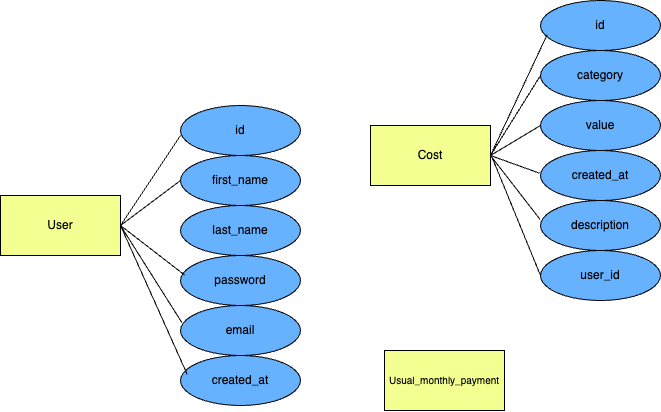
The draw.io diagram erD.drawio.png in ulanalimzhan/er, before a commit. Source tidied: cells renumbered, new cells last; positions are measured from the earlier drawing's top-left corner, leaving out a move shared by most shapes.
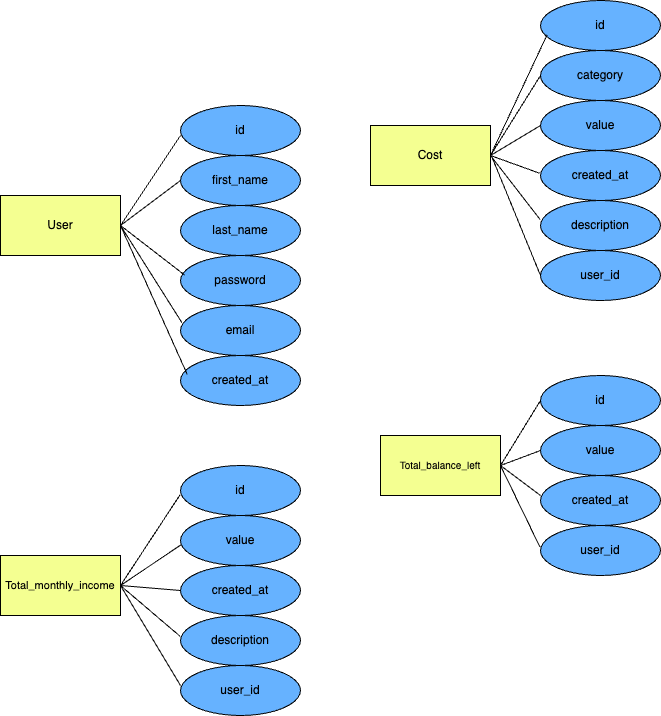
After the change.

Diff of the diagram source:
```diff
@@ -84,8 +84,71 @@
         <mxPoint x="490" y="153" as="sourcePoint" />
       </mxGeometry>
     </mxCell>
-    <mxCell id="28" value="&lt;font style=&quot;font-size: 10px;&quot;&gt;Usual_monthly_payment&lt;/font&gt;" style="rounded=0;whiteSpace=wrap;html=1;fillColor=light-dark(#F4FF91,var(--ge-dark-color, #121212));" parent="1" vertex="1">
-      <mxGeometry x="384" y="350" width="120" height="60" as="geometry" />
+    <mxCell id="28" value="&lt;font style=&quot;font-size: 10px;&quot;&gt;Total_balance_left&lt;/font&gt;" style="rounded=0;whiteSpace=wrap;html=1;fillColor=light-dark(#F4FF91,var(--ge-dark-color, #121212));" parent="1" vertex="1">
+      <mxGeometry x="380" y="435" width="120" height="60" as="geometry" />
     </mxCell>
+    <mxCell id="29" value="&lt;font style=&quot;font-size: 11px;&quot;&gt;Total_monthly_income&lt;/font&gt;" style="rounded=0;whiteSpace=wrap;html=1;fillColor=light-dark(#F4FF91,var(--ge-dark-color, #121212));" parent="1" vertex="1">
+      <mxGeometry y="555" width="120" height="60" as="geometry" />
+    </mxCell>
+    <mxCell id="30" value="id" style="ellipse;whiteSpace=wrap;html=1;fillColor=light-dark(#66B2FF,var(--ge-dark-color, #121212));" parent="1" vertex="1">
+      <mxGeometry x="540" y="375" width="120" height="50" as="geometry" />
+    </mxCell>
+    <mxCell id="31" value="value" style="ellipse;whiteSpace=wrap;html=1;fillColor=light-dark(#66B2FF,var(--ge-dark-color, #121212));" parent="1" vertex="1">
+      <mxGeometry x="540" y="425" width="120" height="50" as="geometry" />
+    </mxCell>
+    <mxCell id="32" value="created_at" style="ellipse;whiteSpace=wrap;html=1;fillColor=light-dark(#66B2FF,var(--ge-dark-color, #121212));" parent="1" vertex="1">
+      <mxGeometry x="540" y="475" width="120" height="50" as="geometry" />
+    </mxCell>
+    <mxCell id="33" value="user_id" style="ellipse;whiteSpace=wrap;html=1;fillColor=light-dark(#66B2FF,var(--ge-dark-color, #121212));" parent="1" vertex="1">
+      <mxGeometry x="540" y="525" width="120" height="50" as="geometry" />
+    </mxCell>
+    <mxCell id="34" style="endArrow=none;html=1;rounded=0;entryX=0;entryY=0.5;entryDx=0;entryDy=0;exitX=1;exitY=0.5;exitDx=0;exitDy=0;" parent="1" edge="1" source="28" target="30">
+      <mxGeometry relative="1" as="geometry" />
+    </mxCell>
+    <mxCell id="35" style="endArrow=none;html=1;rounded=0;entryX=0;entryY=0.5;entryDx=0;entryDy=0;" parent="1" edge="1" target="31">
+      <mxGeometry relative="1" as="geometry">
+        <mxPoint x="500" y="465" as="sourcePoint" />
+      </mxGeometry>
+    </mxCell>
+    <mxCell id="36" style="endArrow=none;html=1;rounded=0;exitX=1;exitY=0.5;exitDx=0;exitDy=0;" parent="1" edge="1" source="28">
+      <mxGeometry relative="1" as="geometry">
+        <mxPoint x="540" y="495" as="targetPoint" />
+      </mxGeometry>
+    </mxCell>
+    <mxCell id="37" style="endArrow=none;html=1;rounded=0;entryX=-0.005;entryY=0.429;entryDx=0;entryDy=0;exitX=1;exitY=0.5;exitDx=0;exitDy=0;entryPerimeter=0;" parent="1" edge="1" source="28" target="33">
+      <mxGeometry relative="1" as="geometry" />
+    </mxCell>
+    <mxCell id="38" value="id" style="ellipse;whiteSpace=wrap;html=1;fillColor=light-dark(#66B2FF,var(--ge-dark-color, #121212));" parent="1" vertex="1">
+      <mxGeometry x="180" y="465" width="120" height="50" as="geometry" />
+    </mxCell>
+    <mxCell id="39" value="user_id" style="ellipse;whiteSpace=wrap;html=1;fillColor=light-dark(#66B2FF,var(--ge-dark-color, #121212));" parent="1" vertex="1">
+      <mxGeometry x="180" y="665" width="120" height="50" as="geometry" />
+    </mxCell>
+    <mxCell id="40" value="value" style="ellipse;whiteSpace=wrap;html=1;fillColor=light-dark(#66B2FF,var(--ge-dark-color, #121212));" parent="1" vertex="1">
+      <mxGeometry x="180" y="515" width="120" height="50" as="geometry" />
+    </mxCell>
+    <mxCell id="41" value="created_at" style="ellipse;whiteSpace=wrap;html=1;fillColor=light-dark(#66B2FF,var(--ge-dark-color, #121212));" parent="1" vertex="1">
+      <mxGeometry x="180" y="565" width="120" height="50" as="geometry" />
+    </mxCell>
+    <mxCell id="42" value="description" style="ellipse;whiteSpace=wrap;html=1;fillColor=light-dark(#66B2FF,var(--ge-dark-color, #121212));" parent="1" vertex="1">
+      <mxGeometry x="180" y="615" width="120" height="50" as="geometry" />
+    </mxCell>
+    <mxCell id="43" style="endArrow=none;html=1;rounded=0;entryX=-0.004;entryY=0.587;entryDx=0;entryDy=0;entryPerimeter=0;exitX=1;exitY=0.5;exitDx=0;exitDy=0;" parent="1" edge="1" source="29" target="38">
+      <mxGeometry relative="1" as="geometry" />
+    </mxCell>
+    <mxCell id="44" style="endArrow=none;html=1;rounded=0;exitX=1;exitY=0.5;exitDx=0;exitDy=0;entryX=0.007;entryY=0.582;entryDx=0;entryDy=0;entryPerimeter=0;" parent="1" edge="1" source="29" target="40">
+      <mxGeometry relative="1" as="geometry" />
+    </mxCell>
+    <mxCell id="45" style="endArrow=none;html=1;rounded=0;exitX=1;exitY=0.5;exitDx=0;exitDy=0;entryX=-0.004;entryY=0.415;entryDx=0;entryDy=0;entryPerimeter=0;" parent="1" edge="1" source="29" target="42">
+      <mxGeometry relative="1" as="geometry" />
+    </mxCell>
+    <mxCell id="46" style="endArrow=none;html=1;rounded=0;exitX=1;exitY=0.5;exitDx=0;exitDy=0;entryX=0;entryY=0.4;entryDx=0;entryDy=0;entryPerimeter=0;" parent="1" edge="1" source="29" target="39">
+      <mxGeometry relative="1" as="geometry" />
+    </mxCell>
+    <mxCell id="47" style="endArrow=none;html=1;rounded=0;entryX=0;entryY=0.5;entryDx=0;entryDy=0;" parent="1" edge="1" target="41">
+      <mxGeometry relative="1" as="geometry">
+        <mxPoint x="120" y="585" as="sourcePoint" />
+      </mxGeometry>
+    </mxCell>
   </root>
 </mxGraphModel>
```
